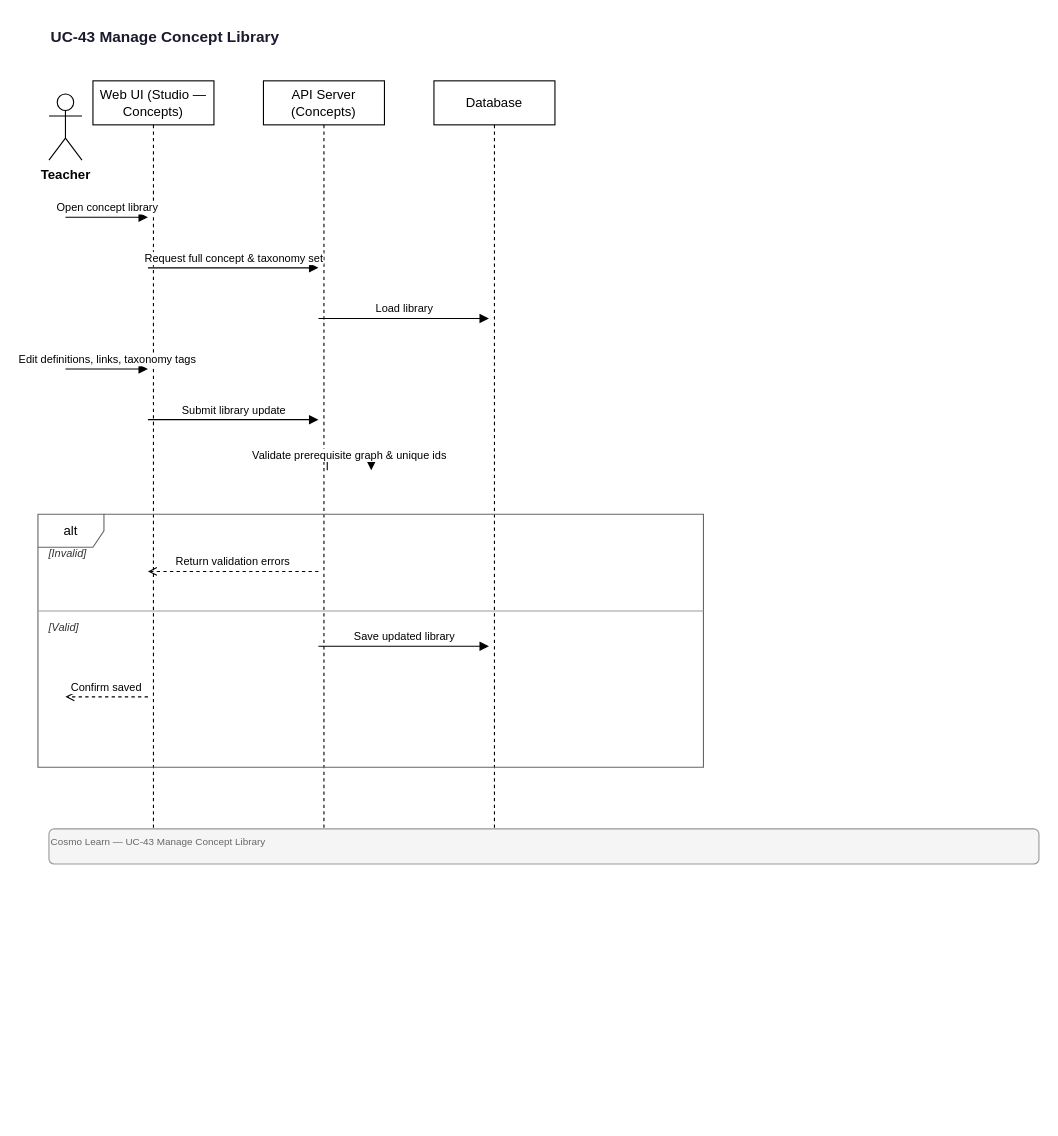
Before: docs/diagrams/sequence/UC-43-Manage-Concepts.drawio in quangg1/ASTRO_EDU, a draw.io diagram. Source tidied: cells renumbered, new cells numbered last; positions are measured from the earlier drawing's top-left corner, leaving out a move shared by most shapes. Both pictures are drawn from the tidied source at 110%, with x=0, y=0 at pixel (37, 19).
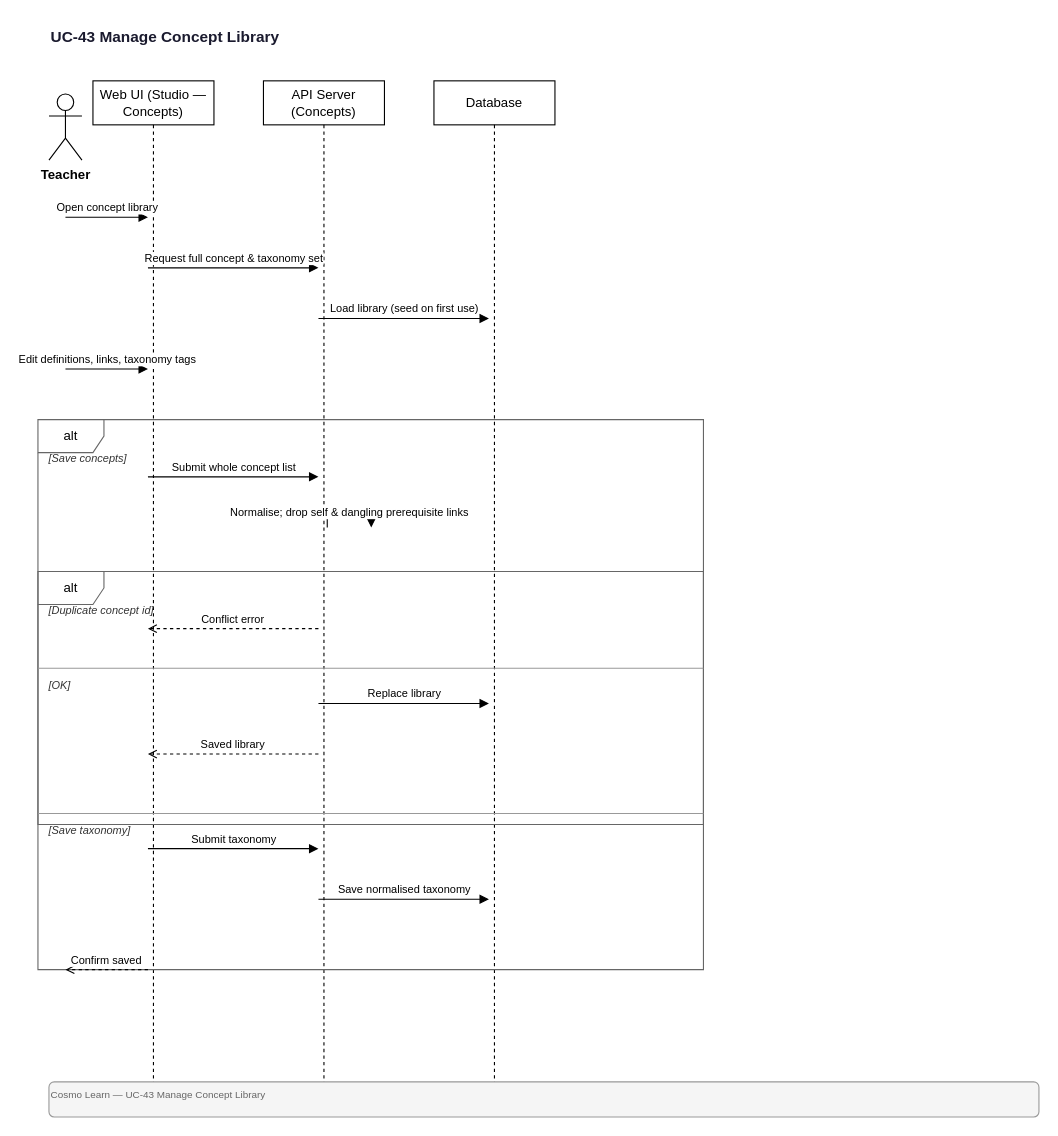
After the change.

Diff of the diagram source:
```diff
@@
     <mxCell id="4" value="Web UI (Studio — Concepts)" style="shape=umlLifeline;perimeter=lifelinePerimeter;whiteSpace=wrap;html=1;size=40;" parent="1" vertex="1">
-      <mxGeometry x="50" y="56" width="110" height="682" as="geometry" />
+      <mxGeometry x="50" y="56" width="110" height="912" as="geometry" />
     </mxCell>
     <mxCell id="5" value="API Server (Concepts)" style="shape=umlLifeline;perimeter=lifelinePerimeter;whiteSpace=wrap;html=1;size=40;" parent="1" vertex="1">
-      <mxGeometry x="205" y="56" width="110" height="682" as="geometry" />
+      <mxGeometry x="205" y="56" width="110" height="912" as="geometry" />
     </mxCell>
     <mxCell id="6" value="Database" style="shape=umlLifeline;perimeter=lifelinePerimeter;whiteSpace=wrap;html=1;size=40;" parent="1" vertex="1">
-      <mxGeometry x="360" y="56" width="110" height="682" as="geometry" />
+      <mxGeometry x="360" y="56" width="110" height="912" as="geometry" />
     </mxCell>
@@
-    <mxCell id="9" value="Load library" style="endArrow=block;endFill=1;html=1;fontSize=10;verticalAlign=bottom;" parent="1" edge="1">
+    <mxCell id="9" value="Load library (seed on first use)" style="endArrow=block;endFill=1;html=1;fontSize=10;verticalAlign=bottom;" parent="1" edge="1">
       <mxGeometry relative="1" as="geometry">
         <mxPoint x="255" y="272" as="sourcePoint" />
         <mxPoint x="410" y="272" as="targetPoint" />
       </mxGeometry>
     </mxCell>
@@
-    <mxCell id="11" value="Submit library update" style="endArrow=block;endFill=1;html=1;fontSize=10;verticalAlign=bottom;" parent="1" edge="1">
-      <mxGeometry relative="1" as="geometry">
-        <mxPoint x="100" y="364" as="sourcePoint" />
-        <mxPoint x="255" y="364" as="targetPoint" />
-      </mxGeometry>
+    <mxCell id="11" value="alt" style="shape=umlFrame;whiteSpace=wrap;html=1;fillColor=none;strokeColor=#666666;" parent="1" vertex="1">
+      <mxGeometry y="364" width="605" height="500" as="geometry" />
     </mxCell>
-    <mxCell id="12" value="Validate prerequisite graph &amp; unique ids" style="endArrow=block;endFill=1;html=1;fontSize=10;edgeStyle=orthogonalEdgeStyle;rounded=0;" parent="1" edge="1">
-      <mxGeometry relative="1" as="geometry">
-        <mxPoint x="263" y="410" as="sourcePoint" />
-        <mxPoint x="303" y="410" as="targetPoint" />
-        <Array as="points">
-          <mxPoint x="303" y="396" />
-          <mxPoint x="263" y="396" />
-        </Array>
-      </mxGeometry>
+    <mxCell id="12" value="[Save concepts]" style="text;html=1;strokeColor=none;fillColor=none;align=left;verticalAlign=middle;fontSize=10;fontStyle=2;fontColor=#333333;" parent="1" vertex="1">
+      <mxGeometry x="8" y="390" width="589" height="18" as="geometry" />
     </mxCell>
-    <mxCell id="13" value="alt" style="shape=umlFrame;whiteSpace=wrap;html=1;fillColor=none;strokeColor=#666666;" parent="1" vertex="1">
-      <mxGeometry y="450" width="605" height="230" as="geometry" />
+    <mxCell id="13" value="Submit whole concept list" style="endArrow=block;endFill=1;html=1;fontSize=10;verticalAlign=bottom;" parent="1" edge="1">
+      <mxGeometry relative="1" as="geometry">
+        <mxPoint x="100" y="416" as="sourcePoint" />
+        <mxPoint x="255" y="416" as="targetPoint" />
+      </mxGeometry>
     </mxCell>
-    <mxCell id="14" value="[Invalid]" style="text;html=1;strokeColor=none;fillColor=none;align=left;verticalAlign=middle;fontSize=10;fontStyle=2;fontColor=#333333;" parent="1" vertex="1">
-      <mxGeometry x="8" y="476" width="589" height="18" as="geometry" />
+    <mxCell id="14" value="Normalise; drop self &amp; dangling prerequisite links" style="endArrow=block;endFill=1;html=1;fontSize=10;edgeStyle=orthogonalEdgeStyle;rounded=0;" parent="1" edge="1">
+      <mxGeometry relative="1" as="geometry">
+        <mxPoint x="263" y="462" as="sourcePoint" />
+        <mxPoint x="303" y="462" as="targetPoint" />
+        <Array as="points">
+          <mxPoint x="303" y="448" />
+          <mxPoint x="263" y="448" />
+        </Array>
+      </mxGeometry>
     </mxCell>
-    <mxCell id="15" value="Return validation errors" style="endArrow=open;endFill=0;html=1;dashed=1;fontSize=10;verticalAlign=bottom;" parent="1" edge="1">
-      <mxGeometry relative="1" as="geometry">
-        <mxPoint x="255" y="502" as="sourcePoint" />
-        <mxPoint x="100" y="502" as="targetPoint" />
-      </mxGeometry>
+    <mxCell id="15" value="alt" style="shape=umlFrame;whiteSpace=wrap;html=1;fillColor=none;strokeColor=#666666;" parent="1" vertex="1">
+      <mxGeometry y="502" width="605" height="230" as="geometry" />
     </mxCell>
-    <mxCell id="16" value="[Valid]" style="text;html=1;strokeColor=none;fillColor=none;align=left;verticalAlign=middle;fontSize=10;fontStyle=2;fontColor=#333333;" parent="1" vertex="1">
-      <mxGeometry x="8" y="544" width="589" height="18" as="geometry" />
+    <mxCell id="16" value="[Duplicate concept id]" style="text;html=1;strokeColor=none;fillColor=none;align=left;verticalAlign=middle;fontSize=10;fontStyle=2;fontColor=#333333;" parent="1" vertex="1">
+      <mxGeometry x="8" y="528" width="589" height="18" as="geometry" />
     </mxCell>
-    <mxCell id="17" style="endArrow=none;html=1;strokeWidth=1;strokeColor=#999999;" parent="1" edge="1">
+    <mxCell id="17" value="Conflict error" style="endArrow=open;endFill=0;html=1;dashed=1;fontSize=10;verticalAlign=bottom;" parent="1" edge="1">
       <mxGeometry relative="1" as="geometry">
-        <mxPoint y="538" as="sourcePoint" />
-        <mxPoint x="605" y="538" as="targetPoint" />
+        <mxPoint x="255" y="554" as="sourcePoint" />
+        <mxPoint x="100" y="554" as="targetPoint" />
       </mxGeometry>
     </mxCell>
-    <mxCell id="18" value="Save updated library" style="endArrow=block;endFill=1;html=1;fontSize=10;verticalAlign=bottom;" parent="1" edge="1">
-      <mxGeometry relative="1" as="geometry">
-        <mxPoint x="255" y="570" as="sourcePoint" />
-        <mxPoint x="410" y="570" as="targetPoint" />
-      </mxGeometry>
+    <mxCell id="18" value="[OK]" style="text;html=1;strokeColor=none;fillColor=none;align=left;verticalAlign=middle;fontSize=10;fontStyle=2;fontColor=#333333;" parent="1" vertex="1">
+      <mxGeometry x="8" y="596" width="589" height="18" as="geometry" />
     </mxCell>
-    <mxCell id="19" value="Confirm saved" style="endArrow=open;endFill=0;html=1;dashed=1;fontSize=10;verticalAlign=bottom;" parent="1" edge="1">
+    <mxCell id="19" style="endArrow=none;html=1;strokeWidth=1;strokeColor=#999999;" parent="1" edge="1">
       <mxGeometry relative="1" as="geometry">
-        <mxPoint x="100" y="616" as="sourcePoint" />
-        <mxPoint x="25" y="616" as="targetPoint" />
+        <mxPoint y="590" as="sourcePoint" />
+        <mxPoint x="605" y="590" as="targetPoint" />
       </mxGeometry>
     </mxCell>
-    <mxCell id="20" value="Cosmo Learn — UC-43 Manage Concept Library" style="text;html=1;strokeColor=#999;fillColor=#f5f5f5;align=left;verticalAlign=top;fontSize=9;fontColor=#666;rounded=1;" parent="1" vertex="1">
-      <mxGeometry x="10" y="736" width="900" height="32" as="geometry" />
+    <mxCell id="20" value="Replace library" style="endArrow=block;endFill=1;html=1;fontSize=10;verticalAlign=bottom;" parent="1" edge="1">
+      <mxGeometry relative="1" as="geometry">
+        <mxPoint x="255" y="622" as="sourcePoint" />
+        <mxPoint x="410" y="622" as="targetPoint" />
+      </mxGeometry>
     </mxCell>
+    <mxCell id="21" value="Saved library" style="endArrow=open;endFill=0;html=1;dashed=1;fontSize=10;verticalAlign=bottom;" parent="1" edge="1">
+      <mxGeometry relative="1" as="geometry">
+        <mxPoint x="255" y="668" as="sourcePoint" />
+        <mxPoint x="100" y="668" as="targetPoint" />
+      </mxGeometry>
+    </mxCell>
+    <mxCell id="22" value="[Save taxonomy]" style="text;html=1;strokeColor=none;fillColor=none;align=left;verticalAlign=middle;fontSize=10;fontStyle=2;fontColor=#333333;" parent="1" vertex="1">
+      <mxGeometry x="8" y="728" width="589" height="18" as="geometry" />
+    </mxCell>
+    <mxCell id="23" style="endArrow=none;html=1;strokeWidth=1;strokeColor=#999999;" parent="1" edge="1">
+      <mxGeometry relative="1" as="geometry">
+        <mxPoint y="722" as="sourcePoint" />
+        <mxPoint x="605" y="722" as="targetPoint" />
+      </mxGeometry>
+    </mxCell>
+    <mxCell id="24" value="Submit taxonomy" style="endArrow=block;endFill=1;html=1;fontSize=10;verticalAlign=bottom;" parent="1" edge="1">
+      <mxGeometry relative="1" as="geometry">
+        <mxPoint x="100" y="754" as="sourcePoint" />
+        <mxPoint x="255" y="754" as="targetPoint" />
+      </mxGeometry>
+    </mxCell>
+    <mxCell id="25" value="Save normalised taxonomy" style="endArrow=block;endFill=1;html=1;fontSize=10;verticalAlign=bottom;" parent="1" edge="1">
+      <mxGeometry relative="1" as="geometry">
+        <mxPoint x="255" y="800" as="sourcePoint" />
+        <mxPoint x="410" y="800" as="targetPoint" />
+      </mxGeometry>
+    </mxCell>
+    <mxCell id="26" value="Confirm saved" style="endArrow=open;endFill=0;html=1;dashed=1;fontSize=10;verticalAlign=bottom;" parent="1" edge="1">
+      <mxGeometry relative="1" as="geometry">
+        <mxPoint x="100" y="864" as="sourcePoint" />
+        <mxPoint x="25" y="864" as="targetPoint" />
+      </mxGeometry>
+    </mxCell>
+    <mxCell id="27" value="Cosmo Learn — UC-43 Manage Concept Library" style="text;html=1;strokeColor=#999;fillColor=#f5f5f5;align=left;verticalAlign=top;fontSize=9;fontColor=#666;rounded=1;" parent="1" vertex="1">
+      <mxGeometry x="10" y="966" width="900" height="32" as="geometry" />
+    </mxCell>
```
